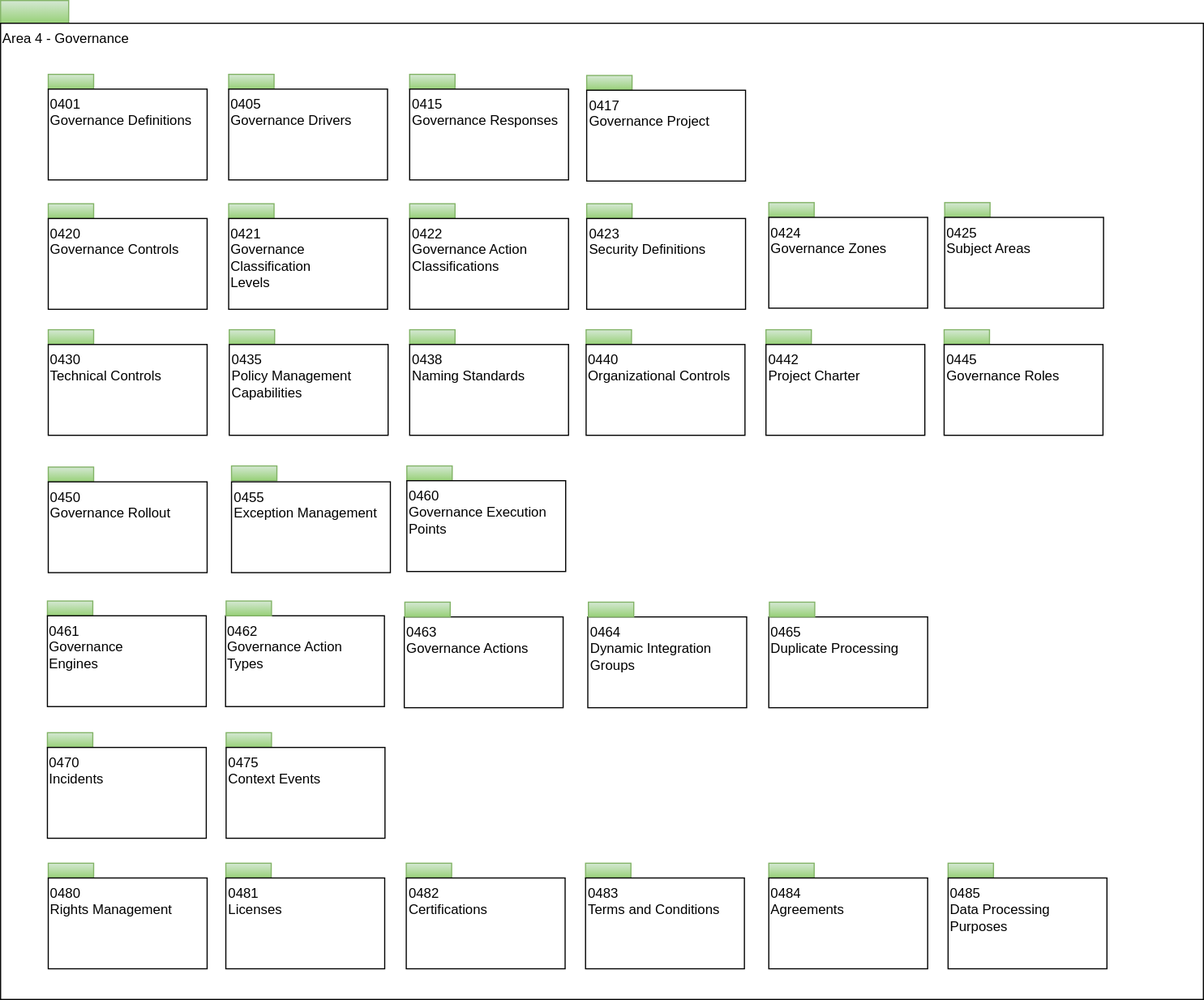
Before: site/docs/types/4/area-4-governance-overview.svg, a diagram exported from draw.io (odpi/egeria-docs). Source tidied: cells renumbered, new cells last; positions are measured from the earlier drawing's top-left corner, leaving out a move shared by most shapes.
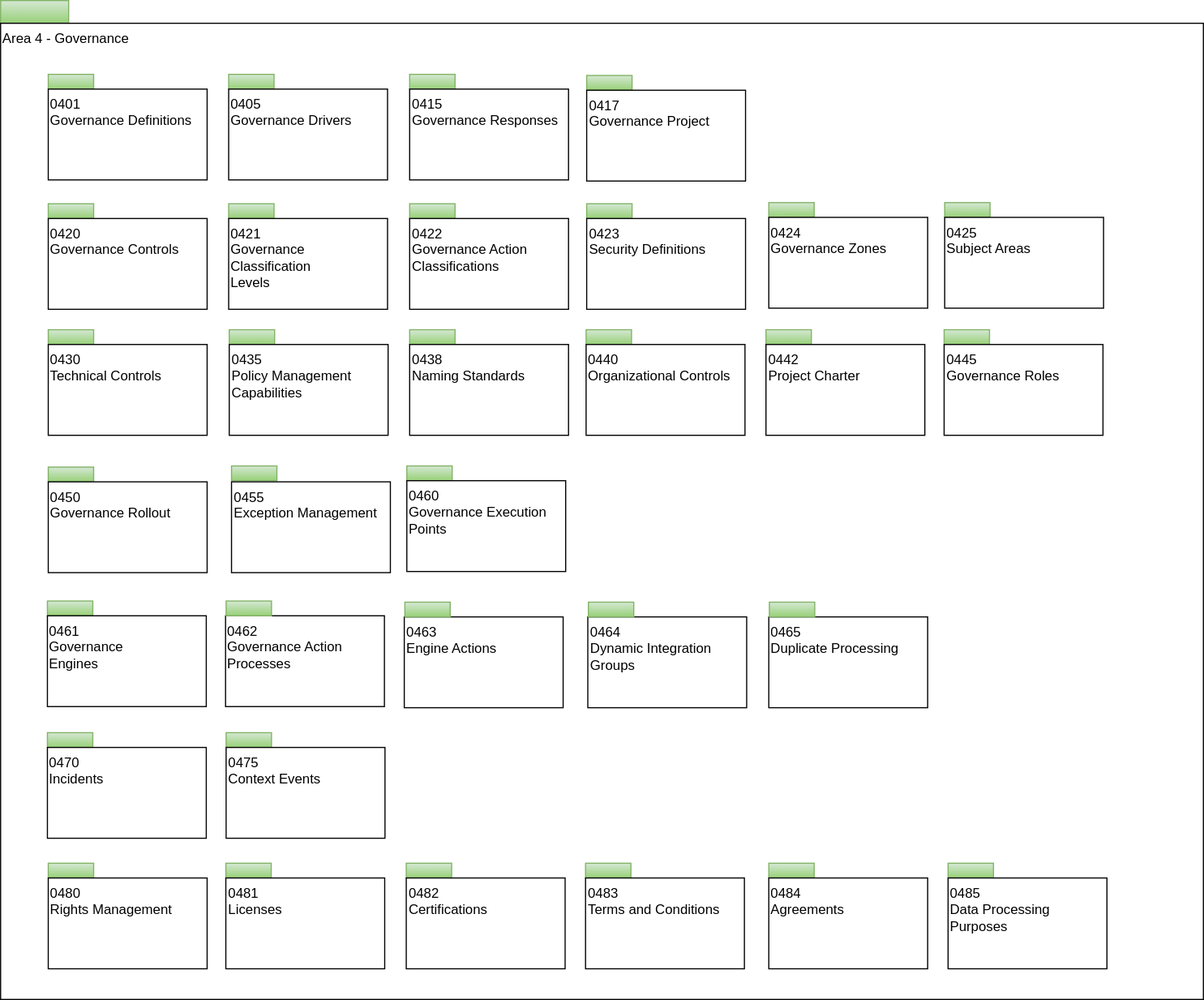
The same diagram one commit later.

The edit, as a diff of the source:
```diff
@@ -125,7 +125,7 @@
     <mxCell id="42" style="rounded=0;whiteSpace=wrap;html=1;align=left;fillColor=#d5e8d4;strokeColor=#82b366;gradientColor=#97d077;" parent="1" vertex="1">
       <mxGeometry x="41.2" y="529" width="40" height="13" as="geometry" />
     </mxCell>
-    <mxCell id="43" value="0462&lt;br&gt;Governance Action&lt;br&gt;Types" style="rounded=0;whiteSpace=wrap;html=1;align=left;verticalAlign=top;" parent="1" vertex="1">
+    <mxCell id="43" value="0462&lt;br&gt;Governance Action&lt;br&gt;Processes" style="rounded=0;whiteSpace=wrap;html=1;align=left;verticalAlign=top;" parent="1" vertex="1">
       <mxGeometry x="198.2" y="542" width="140" height="80" as="geometry" />
     </mxCell>
     <mxCell id="44" style="rounded=0;whiteSpace=wrap;html=1;align=left;fillColor=#d5e8d4;strokeColor=#82b366;gradientColor=#97d077;" parent="1" vertex="1">
@@ -167,7 +167,7 @@
     <mxCell id="56" value="0470&lt;br&gt;Incidents" style="rounded=0;whiteSpace=wrap;html=1;align=left;verticalAlign=top;" parent="1" vertex="1">
       <mxGeometry x="41.2" y="658" width="140" height="80" as="geometry" />
     </mxCell>
-    <mxCell id="57" value="0463&lt;br&gt;Governance Actions" style="rounded=0;whiteSpace=wrap;html=1;align=left;verticalAlign=top;" parent="1" vertex="1">
+    <mxCell id="57" value="0463&lt;br&gt;Engine Actions" style="rounded=0;whiteSpace=wrap;html=1;align=left;verticalAlign=top;" parent="1" vertex="1">
       <mxGeometry x="355.8" y="543" width="140" height="80" as="geometry" />
     </mxCell>
     <mxCell id="58" style="rounded=0;whiteSpace=wrap;html=1;align=left;fillColor=#d5e8d4;strokeColor=#82b366;gradientColor=#97d077;" parent="1" vertex="1">
```
